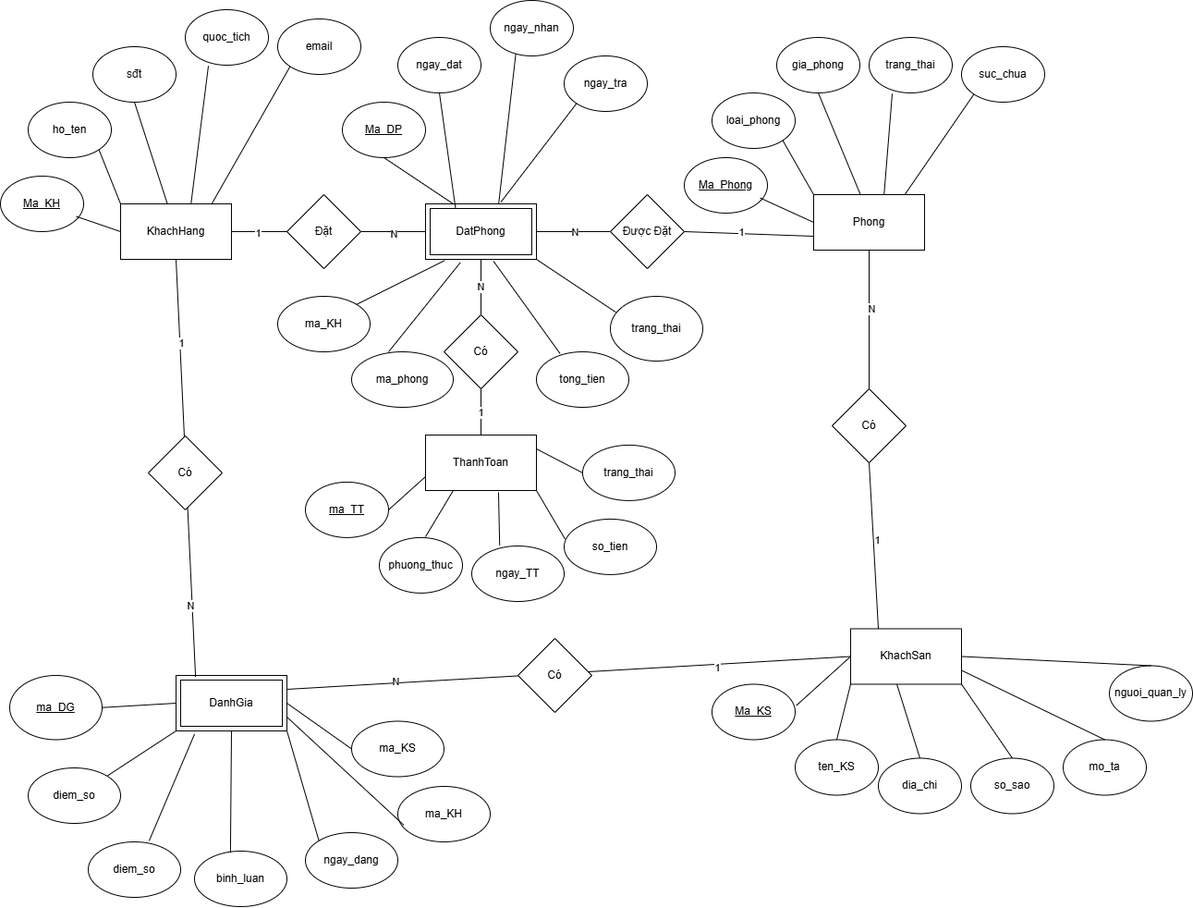
Earlier version of the draw.io export Hệ thống Quản lý Đặt phòng Khách sạn.png (CrisBui/BTVN_Session1_Java_BE_Bui_Cong_Son). Source tidied: cells renumbered, new cells last; positions are measured from the earlier drawing's top-left corner, leaving out a move shared by most shapes.
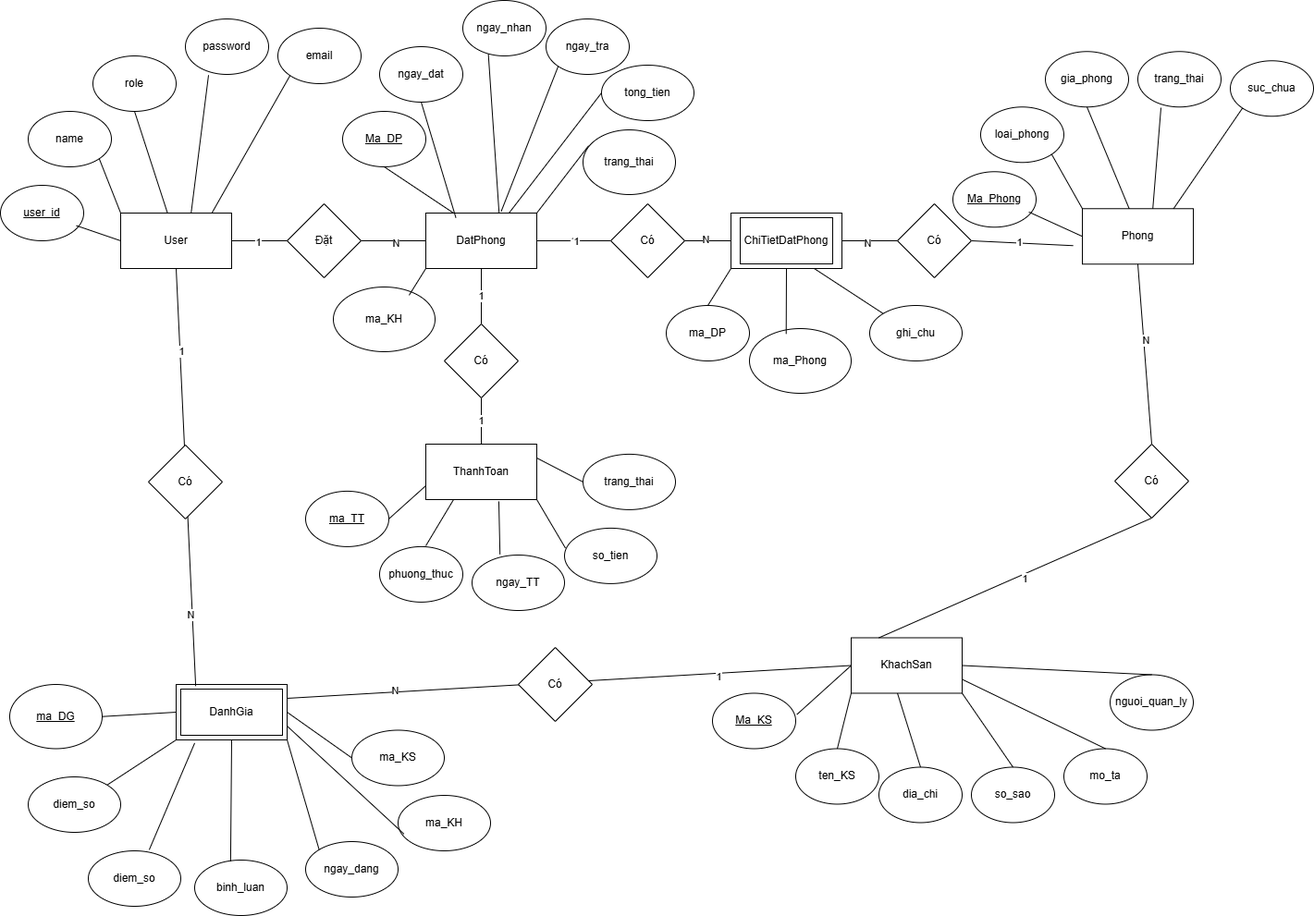
Later version of the same file.

What changed in the source:
```diff
@@ -2,19 +2,19 @@
   <root>
     <mxCell id="0" />
     <mxCell id="1" parent="0" />
-    <mxCell id="2" value="KhachHang" style="rounded=0;whiteSpace=wrap;html=1;" parent="1" vertex="1">
+    <mxCell id="2" value="User" style="rounded=0;whiteSpace=wrap;html=1;" parent="1" vertex="1">
       <mxGeometry x="130" y="220" width="120" height="60" as="geometry" />
     </mxCell>
-    <mxCell id="3" value="&lt;u&gt;Ma_KH&lt;/u&gt;" style="ellipse;whiteSpace=wrap;html=1;" parent="1" vertex="1">
+    <mxCell id="3" value="&lt;u&gt;user_id&lt;/u&gt;" style="ellipse;whiteSpace=wrap;html=1;" parent="1" vertex="1">
       <mxGeometry y="190" width="90" height="60" as="geometry" />
     </mxCell>
-    <mxCell id="4" value="ho_ten" style="ellipse;whiteSpace=wrap;html=1;" parent="1" vertex="1">
+    <mxCell id="4" value="name" style="ellipse;whiteSpace=wrap;html=1;" parent="1" vertex="1">
       <mxGeometry x="30" y="110" width="90" height="60" as="geometry" />
     </mxCell>
-    <mxCell id="5" value="sđt" style="ellipse;whiteSpace=wrap;html=1;" parent="1" vertex="1">
+    <mxCell id="5" value="role" style="ellipse;whiteSpace=wrap;html=1;" parent="1" vertex="1">
       <mxGeometry x="100" y="50" width="90" height="60" as="geometry" />
     </mxCell>
-    <mxCell id="6" value="quoc_tich" style="ellipse;whiteSpace=wrap;html=1;" parent="1" vertex="1">
+    <mxCell id="6" value="password" style="ellipse;whiteSpace=wrap;html=1;" parent="1" vertex="1">
       <mxGeometry x="200" y="10" width="90" height="60" as="geometry" />
     </mxCell>
     <mxCell id="7" value="email" style="ellipse;whiteSpace=wrap;html=1;" parent="1" vertex="1">
@@ -36,22 +36,22 @@
       <mxGeometry relative="1" as="geometry" />
     </mxCell>
     <mxCell id="13" value="Phong" style="rounded=0;whiteSpace=wrap;html=1;" parent="1" vertex="1">
-      <mxGeometry x="880" y="210" width="120" height="60" as="geometry" />
+      <mxGeometry x="1170" y="215.3" width="120" height="60" as="geometry" />
     </mxCell>
     <mxCell id="14" value="&lt;u&gt;Ma_Phong&lt;/u&gt;" style="ellipse;whiteSpace=wrap;html=1;" parent="1" vertex="1">
-      <mxGeometry x="740" y="170" width="90" height="60" as="geometry" />
+      <mxGeometry x="1030" y="175.3" width="90" height="60" as="geometry" />
     </mxCell>
     <mxCell id="15" value="loai_phong" style="ellipse;whiteSpace=wrap;html=1;" parent="1" vertex="1">
-      <mxGeometry x="770" y="100" width="90" height="60" as="geometry" />
+      <mxGeometry x="1060" y="105.3" width="90" height="60" as="geometry" />
     </mxCell>
     <mxCell id="16" value="gia_phong" style="ellipse;whiteSpace=wrap;html=1;" parent="1" vertex="1">
-      <mxGeometry x="840" y="40" width="90" height="60" as="geometry" />
+      <mxGeometry x="1130" y="45.3" width="90" height="60" as="geometry" />
     </mxCell>
     <mxCell id="17" value="trang_thai" style="ellipse;whiteSpace=wrap;html=1;" parent="1" vertex="1">
-      <mxGeometry x="940" y="40" width="90" height="60" as="geometry" />
+      <mxGeometry x="1230" y="45.3" width="90" height="60" as="geometry" />
     </mxCell>
     <mxCell id="18" value="suc_chua" style="ellipse;whiteSpace=wrap;html=1;" parent="1" vertex="1">
-      <mxGeometry x="1040" y="50" width="90" height="60" as="geometry" />
+      <mxGeometry x="1330" y="55.3" width="90" height="60" as="geometry" />
     </mxCell>
     <mxCell id="19" style="endArrow=none;html=1;rounded=0;exitX=0.913;exitY=0.727;exitDx=0;exitDy=0;exitPerimeter=0;entryX=0;entryY=0.5;entryDx=0;entryDy=0;" parent="1" edge="1" source="14" target="13">
       <mxGeometry relative="1" as="geometry" />
@@ -68,11 +68,13 @@
     <mxCell id="23" style="endArrow=none;html=1;rounded=0;exitX=0.278;exitY=1.013;exitDx=0;exitDy=0;exitPerimeter=0;entryX=0.635;entryY=0;entryDx=0;entryDy=0;entryPerimeter=0;" parent="1" edge="1" source="17" target="13">
       <mxGeometry relative="1" as="geometry" />
     </mxCell>
-    <mxCell id="24" style="endArrow=none;html=1;rounded=0;exitX=1;exitY=0.5;exitDx=0;exitDy=0;entryX=0;entryY=0.75;entryDx=0;entryDy=0;" parent="1" edge="1" source="50" target="13">
-      <mxGeometry relative="1" as="geometry" />
+    <mxCell id="24" style="endArrow=none;html=1;rounded=0;exitX=1;exitY=0.5;exitDx=0;exitDy=0;" parent="1" edge="1" source="113">
+      <mxGeometry relative="1" as="geometry">
+        <mxPoint x="1160" y="255.3" as="targetPoint" />
+      </mxGeometry>
     </mxCell>
     <mxCell id="25" value="1" style="edgeLabel;html=1;align=center;verticalAlign=middle;" parent="24" vertex="1">
-      <mxGeometry x="-0.13" y="2" relative="1" as="geometry" />
+      <mxGeometry x="-0.06" y="1" relative="1" as="geometry" />
     </mxCell>
     <mxCell id="26" style="endArrow=none;html=1;rounded=0;exitX=1;exitY=0.5;exitDx=0;exitDy=0;entryX=0;entryY=0.5;entryDx=0;entryDy=0;" parent="1" edge="1" source="2" target="29">
       <mxGeometry relative="1" as="geometry" />
@@ -83,12 +85,9 @@
     <mxCell id="28" value="N" style="edgeLabel;html=1;align=center;verticalAlign=middle;" parent="26" vertex="1">
       <mxGeometry x="0.68" y="-2" relative="1" as="geometry" />
     </mxCell>
-    <mxCell id="29" style="rounded=0;whiteSpace=wrap;html=1;" parent="1" vertex="1">
+    <mxCell id="29" value="DatPhong" style="rounded=0;whiteSpace=wrap;html=1;" parent="1" vertex="1">
       <mxGeometry x="460" y="220" width="120" height="60" as="geometry" />
     </mxCell>
-    <mxCell id="30" value="DatPhong" style="rounded=0;whiteSpace=wrap;html=1;" parent="1" vertex="1">
-      <mxGeometry x="465" y="225" width="110" height="50" as="geometry" />
-    </mxCell>
     <mxCell id="31" value="&lt;u&gt;Ma_DP&lt;/u&gt;" style="ellipse;whiteSpace=wrap;html=1;" parent="1" vertex="1">
       <mxGeometry x="370" y="110" width="90" height="60" as="geometry" />
     </mxCell>
@@ -96,57 +95,47 @@
       <mxGeometry relative="1" as="geometry" />
     </mxCell>
     <mxCell id="33" value="ngay_dat" style="ellipse;whiteSpace=wrap;html=1;" parent="1" vertex="1">
-      <mxGeometry x="430" y="40" width="90" height="60" as="geometry" />
+      <mxGeometry x="410" y="40" width="90" height="60" as="geometry" />
     </mxCell>
-    <mxCell id="34" style="endArrow=none;html=1;rounded=0;exitX=0.5;exitY=1;exitDx=0;exitDy=0;entryX=0.25;entryY=0;entryDx=0;entryDy=0;" parent="1" edge="1" source="33" target="30">
-      <mxGeometry relative="1" as="geometry" />
+    <mxCell id="34" style="endArrow=none;html=1;rounded=0;exitX=0.5;exitY=1;exitDx=0;exitDy=0;entryX=0.25;entryY=0;entryDx=0;entryDy=0;" parent="1" edge="1" source="33">
+      <mxGeometry relative="1" as="geometry">
+        <mxPoint x="492.5" y="225" as="targetPoint" />
+      </mxGeometry>
     </mxCell>
     <mxCell id="35" value="ngay_nhan" style="ellipse;whiteSpace=wrap;html=1;" parent="1" vertex="1">
-      <mxGeometry x="530" width="90" height="60" as="geometry" />
+      <mxGeometry x="500" y="-10" width="90" height="60" as="geometry" />
     </mxCell>
     <mxCell id="36" style="endArrow=none;html=1;rounded=0;exitX=0.307;exitY=0.967;exitDx=0;exitDy=0;entryX=0.66;entryY=-0.007;entryDx=0;entryDy=0;entryPerimeter=0;exitPerimeter=0;" parent="1" edge="1" source="35" target="29">
       <mxGeometry relative="1" as="geometry" />
     </mxCell>
     <mxCell id="37" value="ngay_tra" style="ellipse;whiteSpace=wrap;html=1;" parent="1" vertex="1">
-      <mxGeometry x="610" y="60" width="90" height="60" as="geometry" />
+      <mxGeometry x="590" y="10" width="90" height="60" as="geometry" />
     </mxCell>
     <mxCell id="38" style="endArrow=none;html=1;rounded=0;exitX=0;exitY=1;exitDx=0;exitDy=0;entryX=0.68;entryY=-0.033;entryDx=0;entryDy=0;entryPerimeter=0;" parent="1" edge="1" source="37" target="29">
       <mxGeometry relative="1" as="geometry" />
     </mxCell>
-    <mxCell id="39" value="ma_KH" style="ellipse;whiteSpace=wrap;html=1;" parent="1" vertex="1">
-      <mxGeometry x="300" y="320" width="100" height="60" as="geometry" />
-    </mxCell>
-    <mxCell id="40" value="ma_phong" style="ellipse;whiteSpace=wrap;html=1;" parent="1" vertex="1">
-      <mxGeometry x="380" y="380" width="110" height="60" as="geometry" />
-    </mxCell>
     <mxCell id="41" value="tong_tien" style="ellipse;whiteSpace=wrap;html=1;" parent="1" vertex="1">
-      <mxGeometry x="580" y="380" width="100" height="60" as="geometry" />
+      <mxGeometry x="650" y="60" width="100" height="60" as="geometry" />
     </mxCell>
     <mxCell id="42" value="trang_thai" style="ellipse;whiteSpace=wrap;html=1;" parent="1" vertex="1">
-      <mxGeometry x="660" y="320" width="100" height="70" as="geometry" />
+      <mxGeometry x="630" y="130" width="100" height="70" as="geometry" />
     </mxCell>
-    <mxCell id="43" style="endArrow=none;html=1;rounded=0;exitX=0.173;exitY=1.02;exitDx=0;exitDy=0;exitPerimeter=0;entryX=1;entryY=0;entryDx=0;entryDy=0;" parent="1" edge="1" source="29" target="39">
-      <mxGeometry relative="1" as="geometry" />
-    </mxCell>
-    <mxCell id="44" style="endArrow=none;html=1;rounded=0;exitX=0.313;exitY=1.06;exitDx=0;exitDy=0;exitPerimeter=0;entryX=0.364;entryY=0;entryDx=0;entryDy=0;entryPerimeter=0;" parent="1" edge="1" source="29" target="40">
-      <mxGeometry relative="1" as="geometry" />
-    </mxCell>
-    <mxCell id="45" style="endArrow=none;html=1;rounded=0;exitX=0.613;exitY=1.033;exitDx=0;exitDy=0;exitPerimeter=0;entryX=0.256;entryY=0.033;entryDx=0;entryDy=0;entryPerimeter=0;" parent="1" edge="1" source="29" target="41">
+    <mxCell id="45" style="endArrow=none;html=1;rounded=0;exitX=0.75;exitY=0;exitDx=0;exitDy=0;entryX=0;entryY=0.5;entryDx=0;entryDy=0;" parent="1" edge="1" source="29" target="41">
       <mxGeometry relative="1" as="geometry" />
     </mxCell>
-    <mxCell id="46" style="endArrow=none;html=1;rounded=0;exitX=1;exitY=1;exitDx=0;exitDy=0;entryX=0.06;entryY=0.246;entryDx=0;entryDy=0;entryPerimeter=0;" parent="1" edge="1" source="29" target="42">
+    <mxCell id="46" style="endArrow=none;html=1;rounded=0;exitX=1;exitY=0;exitDx=0;exitDy=0;entryX=0.06;entryY=0.246;entryDx=0;entryDy=0;entryPerimeter=0;" parent="1" edge="1" source="29" target="42">
       <mxGeometry relative="1" as="geometry" />
     </mxCell>
     <mxCell id="47" value="Đặt" style="rhombus;whiteSpace=wrap;html=1;" parent="1" vertex="1">
       <mxGeometry x="310" y="210" width="80" height="80" as="geometry" />
     </mxCell>
-    <mxCell id="48" style="endArrow=none;html=1;rounded=0;exitX=1;exitY=0.5;exitDx=0;exitDy=0;entryX=0;entryY=0.5;entryDx=0;entryDy=0;" parent="1" edge="1" source="29" target="50">
+    <mxCell id="48" value="1" style="endArrow=none;html=1;rounded=0;exitX=1;exitY=0.5;exitDx=0;exitDy=0;entryX=0;entryY=0.5;entryDx=0;entryDy=0;" parent="1" edge="1" source="29" target="50">
       <mxGeometry relative="1" as="geometry" />
     </mxCell>
-    <mxCell id="49" value="N" style="edgeLabel;html=1;align=center;verticalAlign=middle;" parent="48" vertex="1">
+    <mxCell id="49" value="1" style="edgeLabel;html=1;align=center;verticalAlign=middle;" parent="48" vertex="1">
       <mxGeometry x="0.03" relative="1" as="geometry" />
     </mxCell>
-    <mxCell id="50" value="Được Đặt" style="rhombus;whiteSpace=wrap;html=1;" parent="1" vertex="1">
+    <mxCell id="50" value="Có" style="rhombus;whiteSpace=wrap;html=1;" parent="1" vertex="1">
       <mxGeometry x="660" y="210" width="80" height="80" as="geometry" />
     </mxCell>
     <mxCell id="51" value="KhachSan" style="rounded=0;whiteSpace=wrap;html=1;" parent="1" vertex="1">
@@ -201,7 +190,7 @@
       <mxGeometry x="0.06" y="-4" relative="1" as="geometry" />
     </mxCell>
     <mxCell id="68" value="Có" style="rhombus;whiteSpace=wrap;html=1;" parent="1" vertex="1">
-      <mxGeometry x="900" y="420" width="80" height="80" as="geometry" />
+      <mxGeometry x="1205" y="470" width="80" height="80" as="geometry" />
     </mxCell>
     <mxCell id="69" value="ThanhToan" style="rounded=0;whiteSpace=wrap;html=1;" parent="1" vertex="1">
       <mxGeometry x="460" y="470" width="120" height="60" as="geometry" />
@@ -238,7 +227,7 @@
     <mxCell id="79" style="endArrow=none;html=1;rounded=0;exitX=1;exitY=0.5;exitDx=0;exitDy=0;entryX=1;entryY=0.25;entryDx=0;entryDy=0;" parent="1" edge="1" source="74" target="69">
       <mxGeometry relative="1" as="geometry" />
     </mxCell>
-    <mxCell id="80" value="N" style="endArrow=none;html=1;rounded=0;entryX=0.5;entryY=1;entryDx=0;entryDy=0;exitX=0.5;exitY=0;exitDx=0;exitDy=0;" parent="1" edge="1" source="82" target="29">
+    <mxCell id="80" value="1" style="endArrow=none;html=1;rounded=0;entryX=0.5;entryY=1;entryDx=0;entryDy=0;exitX=0.5;exitY=0;exitDx=0;exitDy=0;" parent="1" edge="1" source="82" target="29">
       <mxGeometry relative="1" as="geometry" />
     </mxCell>
     <mxCell id="81" value="1" style="endArrow=none;html=1;rounded=0;entryX=0.5;entryY=1;entryDx=0;entryDy=0;exitX=0.5;exitY=0;exitDx=0;exitDy=0;" parent="1" edge="1" source="69" target="82">
@@ -323,5 +312,50 @@
     <mxCell id="106" value="Có" style="rhombus;whiteSpace=wrap;html=1;" parent="1" vertex="1">
       <mxGeometry x="560" y="690" width="80" height="80" as="geometry" />
     </mxCell>
+    <mxCell id="107" style="endArrow=none;html=1;rounded=0;exitX=1;exitY=0.5;exitDx=0;exitDy=0;" parent="1" edge="1" source="50" target="109">
+      <mxGeometry relative="1" as="geometry" />
+    </mxCell>
+    <mxCell id="108" value="N" style="edgeLabel;html=1;align=center;verticalAlign=middle;" parent="107" vertex="1">
+      <mxGeometry x="-0.13" y="2" relative="1" as="geometry" />
+    </mxCell>
+    <mxCell id="109" style="rounded=0;whiteSpace=wrap;html=1;" parent="1" vertex="1">
+      <mxGeometry x="790" y="220" width="120" height="60" as="geometry" />
+    </mxCell>
+    <mxCell id="110" value="ChiTietDatPhong" style="rounded=0;whiteSpace=wrap;html=1;" parent="1" vertex="1">
+      <mxGeometry x="800" y="225" width="100" height="50" as="geometry" />
+    </mxCell>
+    <mxCell id="111" style="endArrow=none;html=1;rounded=0;exitX=1;exitY=0.5;exitDx=0;exitDy=0;" parent="1" edge="1" source="109" target="113">
+      <mxGeometry relative="1" as="geometry" />
+    </mxCell>
+    <mxCell id="112" value="N" style="edgeLabel;html=1;align=center;verticalAlign=middle;" parent="111" vertex="1">
+      <mxGeometry x="-0.09" y="-2" relative="1" as="geometry" />
+    </mxCell>
+    <mxCell id="113" value="Có" style="rhombus;whiteSpace=wrap;html=1;" parent="1" vertex="1">
+      <mxGeometry x="970" y="210" width="80" height="80" as="geometry" />
+    </mxCell>
+    <mxCell id="114" value="ma_DP" style="ellipse;whiteSpace=wrap;html=1;" parent="1" vertex="1">
+      <mxGeometry x="720" y="320" width="90" height="60" as="geometry" />
+    </mxCell>
+    <mxCell id="115" value="ma_Phong" style="ellipse;whiteSpace=wrap;html=1;" parent="1" vertex="1">
+      <mxGeometry x="810" y="345" width="110" height="70" as="geometry" />
+    </mxCell>
+    <mxCell id="116" style="endArrow=none;html=1;rounded=0;exitX=0;exitY=1;exitDx=0;exitDy=0;entryX=0.5;entryY=0;entryDx=0;entryDy=0;" parent="1" edge="1" source="109" target="114">
+      <mxGeometry relative="1" as="geometry" />
+    </mxCell>
+    <mxCell id="117" style="endArrow=none;html=1;rounded=0;exitX=0.5;exitY=1;exitDx=0;exitDy=0;entryX=0.361;entryY=0.082;entryDx=0;entryDy=0;entryPerimeter=0;" parent="1" edge="1" source="109" target="115">
+      <mxGeometry relative="1" as="geometry" />
+    </mxCell>
+    <mxCell id="39" value="ma_KH" style="ellipse;whiteSpace=wrap;html=1;" parent="1" vertex="1">
+      <mxGeometry x="360" y="300" width="110" height="70" as="geometry" />
+    </mxCell>
+    <mxCell id="118" style="endArrow=none;html=1;rounded=0;exitX=0.745;exitY=0.127;exitDx=0;exitDy=0;exitPerimeter=0;entryX=0;entryY=1;entryDx=0;entryDy=0;" parent="1" edge="1" source="39" target="29">
+      <mxGeometry relative="1" as="geometry" />
+    </mxCell>
+    <mxCell id="119" value="ghi_chu" style="ellipse;whiteSpace=wrap;html=1;" parent="1" vertex="1">
+      <mxGeometry x="940" y="320" width="100" height="60" as="geometry" />
+    </mxCell>
+    <mxCell id="120" style="endArrow=none;html=1;rounded=0;exitX=0.75;exitY=1;exitDx=0;exitDy=0;entryX=0;entryY=0;entryDx=0;entryDy=0;" parent="1" edge="1" source="109" target="119">
+      <mxGeometry relative="1" as="geometry" />
+    </mxCell>
   </root>
 </mxGraphModel>
```
